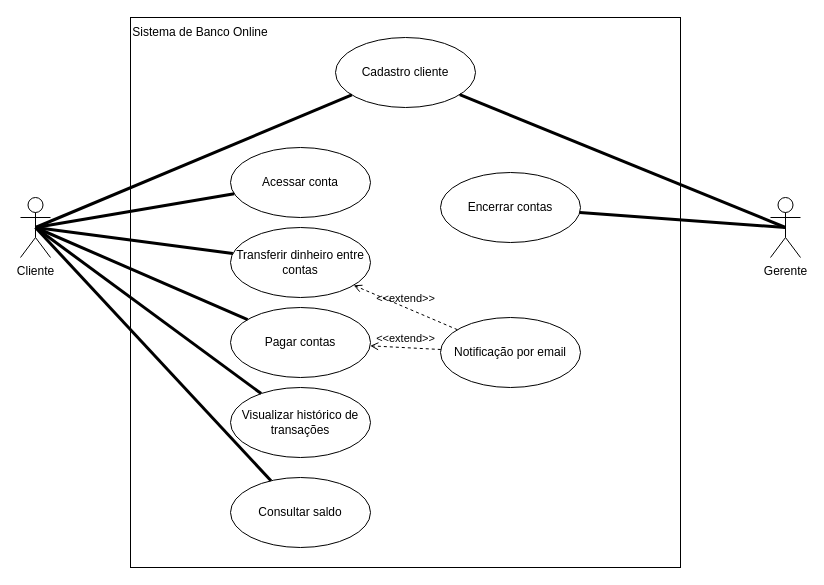
The draw.io diagram page "Página-4" (4 of 4) of Diagrama sem nome.drawio in Guilherme-Domingos/Draw.io, before the edit. Source tidied: cells renumbered, new cells numbered last; positions are measured from the earlier drawing's top-left corner, leaving out a move shared by most shapes. Both pictures are drawn from the tidied source at 100%, with x=0, y=0 at pixel (20, 17).
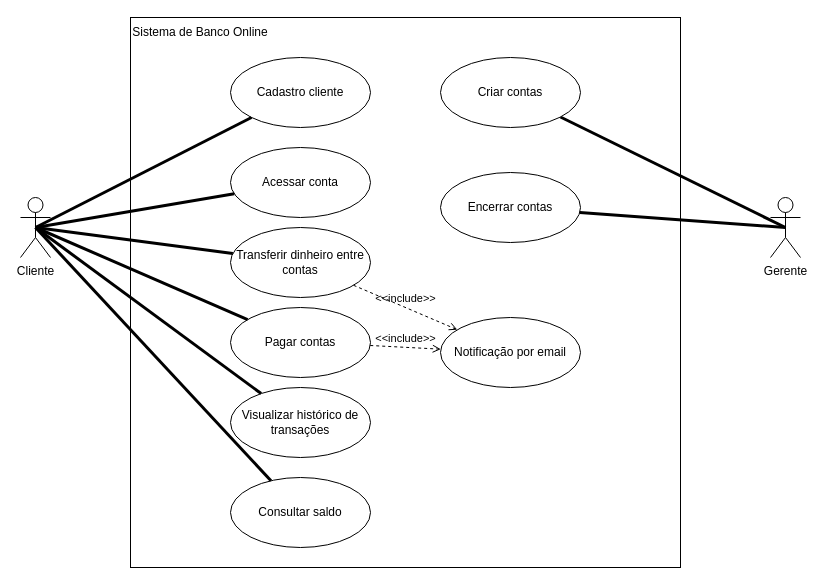
The same diagram, later.

Unchanged cells that the change refers to:
```xml
<mxCell id="3" value="Gerente" style="shape=umlActor;verticalLabelPosition=bottom;verticalAlign=top;html=1;outlineConnect=0;" parent="1" vertex="1">
  <mxGeometry x="750" y="180" width="30" height="60" as="geometry" />
</mxCell>
<mxCell id="10" value="Transferir dinheiro entre contas" style="ellipse;whiteSpace=wrap;html=1;" parent="1" vertex="1">
  <mxGeometry x="210" y="210" width="140" height="70" as="geometry" />
</mxCell>
<mxCell id="12" value="Pagar contas" style="ellipse;whiteSpace=wrap;html=1;" parent="1" vertex="1">
  <mxGeometry x="210" y="290" width="140" height="70" as="geometry" />
</mxCell>
<mxCell id="19" value="Notificação por email" style="ellipse;whiteSpace=wrap;html=1;" parent="1" vertex="1">
  <mxGeometry x="420" y="300" width="140" height="70" as="geometry" />
</mxCell>
```

The edit, as a diff of the source:
```diff
@@
     <mxCell id="6" value="Cadastro cliente" style="ellipse;whiteSpace=wrap;html=1;" parent="1" vertex="1">
-      <mxGeometry x="315" y="20" width="140" height="70" as="geometry" />
+      <mxGeometry x="210" y="40" width="140" height="70" as="geometry" />
     </mxCell>
@@
-    <mxCell id="16" style="endArrow=none;startArrow=none;endFill=0;startFill=0;endSize=8;html=1;verticalAlign=bottom;labelBackgroundColor=none;strokeWidth=3;rounded=0;entryX=0.5;entryY=0.5;entryDx=0;entryDy=0;entryPerimeter=0;" parent="1" edge="1" source="6" target="3">
+    <mxCell id="16" style="endArrow=none;startArrow=none;endFill=0;startFill=0;endSize=8;html=1;verticalAlign=bottom;labelBackgroundColor=none;strokeWidth=3;rounded=0;entryX=0.5;entryY=0.5;entryDx=0;entryDy=0;entryPerimeter=0;" parent="1" edge="1" source="24" target="3">
       <mxGeometry relative="1" as="geometry" />
     </mxCell>
@@
-    <mxCell id="20" value="&amp;lt;&amp;lt;extend&amp;gt;&amp;gt;" style="html=1;verticalAlign=bottom;labelBackgroundColor=none;endArrow=open;endFill=0;dashed=1;rounded=0;" parent="1" edge="1" source="19" target="10">
-      <mxGeometry relative="1" as="geometry" />
-    </mxCell>
-    <mxCell id="21" value="&amp;lt;&amp;lt;extend&amp;gt;&amp;gt;" style="html=1;verticalAlign=bottom;labelBackgroundColor=none;endArrow=open;endFill=0;dashed=1;rounded=0;" parent="1" edge="1" source="19" target="12">
-      <mxGeometry relative="1" as="geometry" />
-    </mxCell>
@@
+    <mxCell id="24" value="Criar contas" style="ellipse;whiteSpace=wrap;html=1;" parent="1" vertex="1">
+      <mxGeometry x="420" y="40" width="140" height="70" as="geometry" />
+    </mxCell>
+    <mxCell id="25" value="&amp;lt;&amp;lt;include&amp;gt;&amp;gt;" style="html=1;verticalAlign=bottom;labelBackgroundColor=none;endArrow=open;endFill=0;dashed=1;rounded=0;" parent="1" edge="1" source="10" target="19">
+      <mxGeometry relative="1" as="geometry" />
+    </mxCell>
+    <mxCell id="26" value="&amp;lt;&amp;lt;include&amp;gt;&amp;gt;" style="html=1;verticalAlign=bottom;labelBackgroundColor=none;endArrow=open;endFill=0;dashed=1;rounded=0;" parent="1" edge="1" source="12" target="19">
+      <mxGeometry relative="1" as="geometry" />
+    </mxCell>
```
